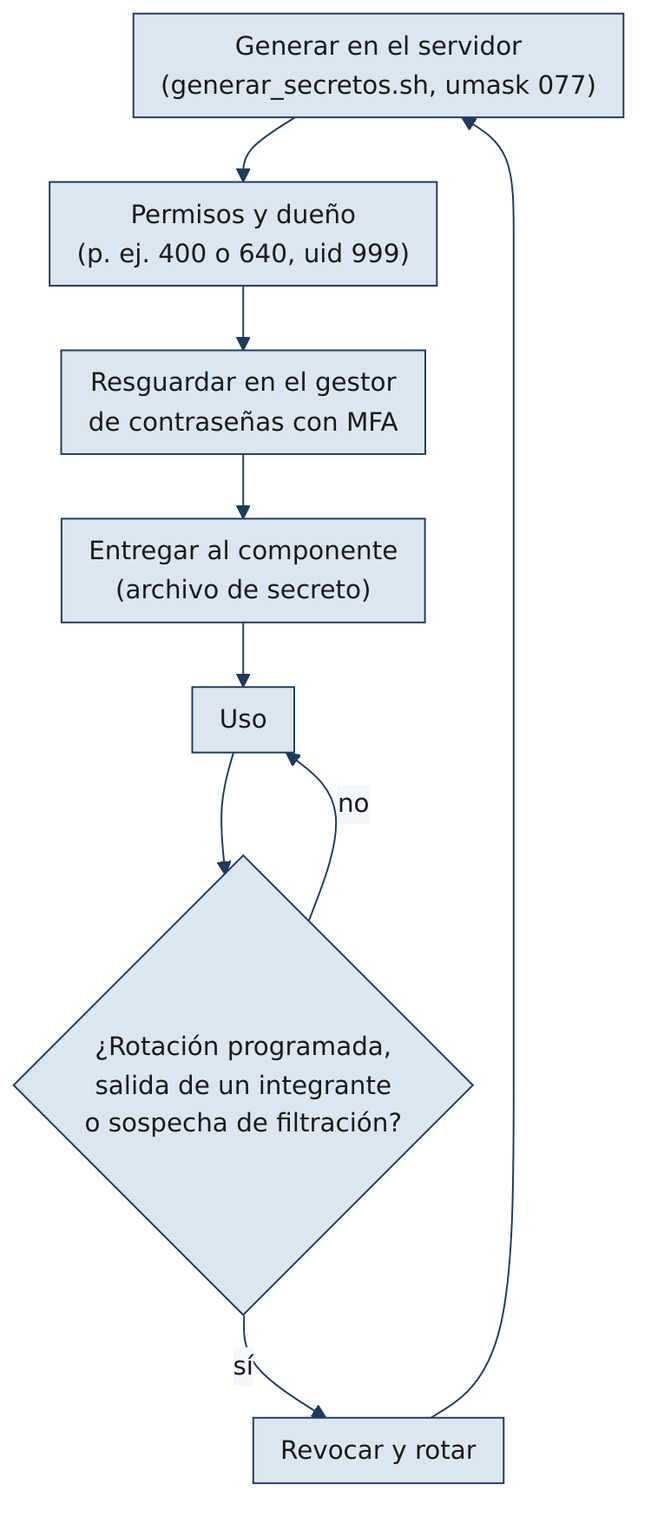
soaria186/kronos-ai keeps this Mermaid diagram as docs/diagramas/20_ciclo_secretos.png. Above is the earlier version. Its source is kept beside it as docs/diagramas/20_ciclo_secretos.mmd. The source it was exported from:
```mermaid
flowchart TB
    G["Generar en el servidor<br/>(generar_secretos.sh, umask 077)"] --> P["Permisos y dueño<br/>(p. ej. 400 o 640, uid 999)"]
    P --> R["Resguardar en el gestor<br/>de contraseñas con MFA"]
    R --> E["Entregar al componente<br/>(archivo de secreto)"]
    E --> U["Uso"]
    U --> O{"¿Rotación programada,<br/>salida de un integrante<br/>o sospecha de filtración?"}
    O -- "no" --> U
    O -- "sí" --> V["Revocar y rotar"]
    V --> G
```
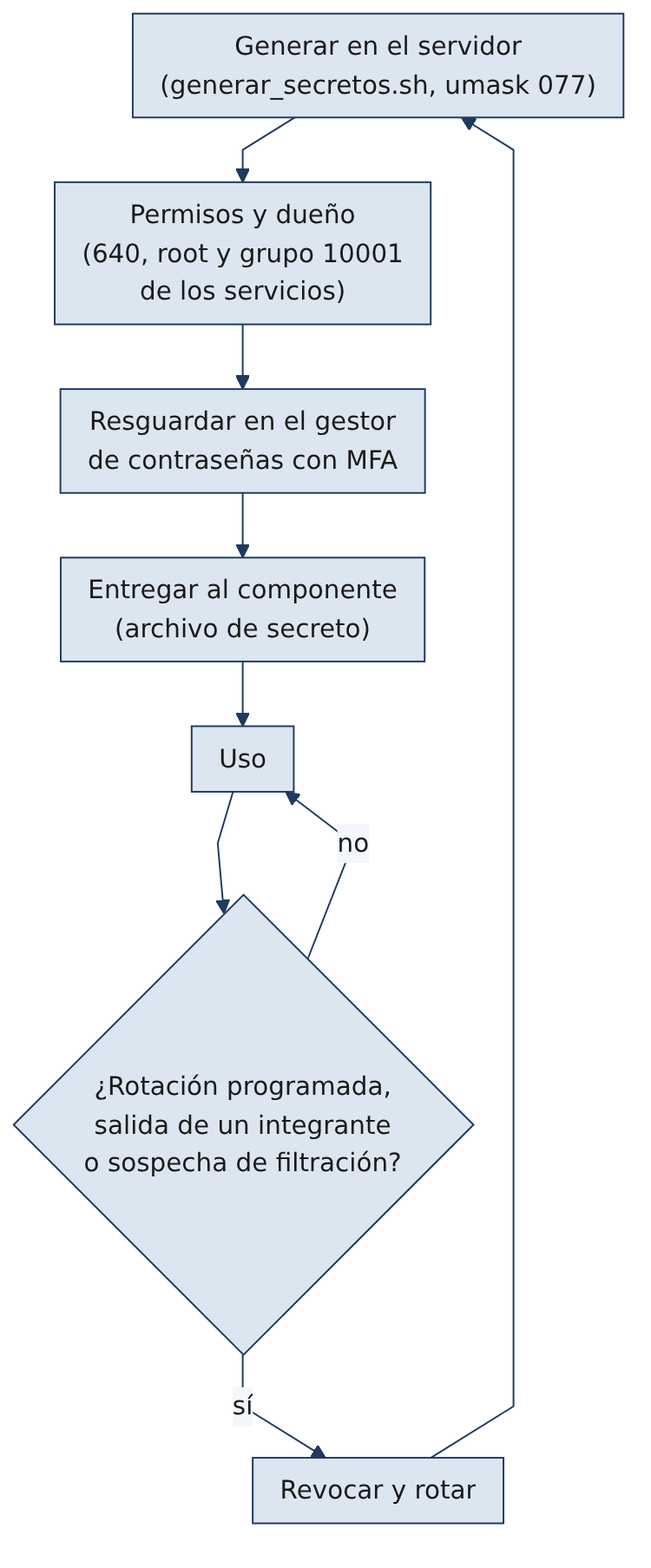
The same diagram one commit later.

Change to the diagram source:
```diff
@@ -1,5 +1,5 @@
 flowchart TB
-    G["Generar en el servidor<br/>(generar_secretos.sh, umask 077)"] --> P["Permisos y dueño<br/>(p. ej. 400 o 640, uid 999)"]
+    G["Generar en el servidor<br/>(generar_secretos.sh, umask 077)"] --> P["Permisos y dueño<br/>(640, root y grupo 10001<br/>de los servicios)"]
     P --> R["Resguardar en el gestor<br/>de contraseñas con MFA"]
     R --> E["Entregar al componente<br/>(archivo de secreto)"]
     E --> U["Uso"]
```
